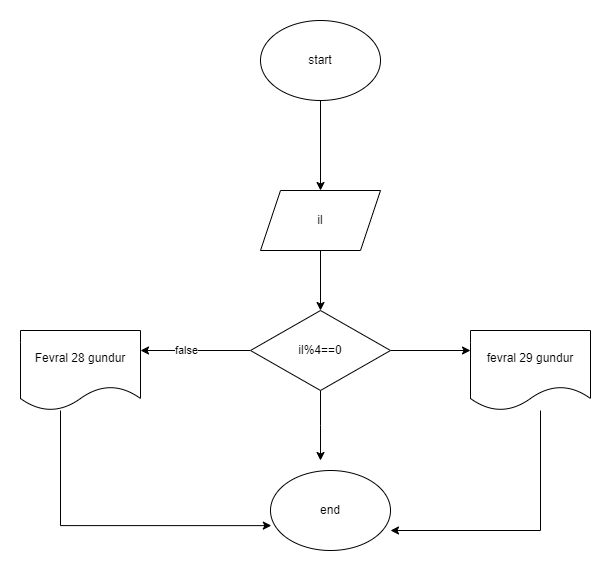
This is task5.png from ebulfez21/Flowchat_Task, a draw.io export, as it was before one commit. Source tidied: cells renumbered, new cells last; positions are measured from the earlier drawing's top-left corner, leaving out a move shared by most shapes.
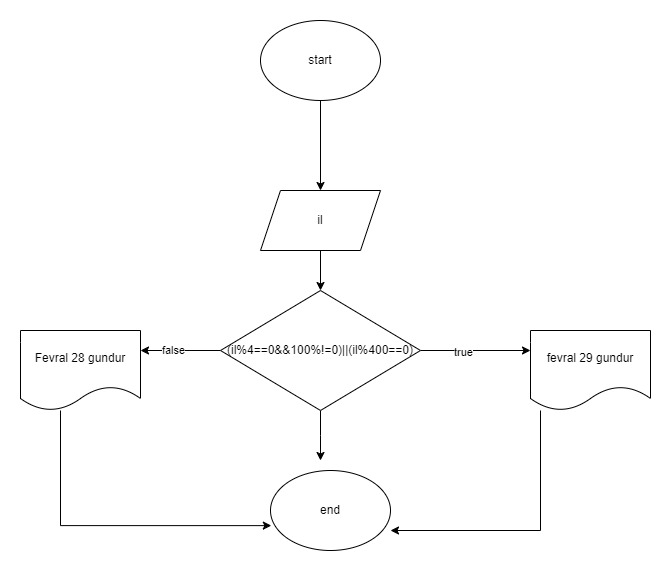
After the commit.

Change to the diagram source:
```diff
@@ -15,7 +15,7 @@
       <mxGeometry x="240" y="170" width="120" height="60" as="geometry" />
     </mxCell>
     <mxCell id="6" value="fevral 29 gundur" style="shape=document;whiteSpace=wrap;html=1;boundedLbl=1;" parent="1" vertex="1">
-      <mxGeometry x="450" y="310" width="120" height="80" as="geometry" />
+      <mxGeometry x="510" y="310" width="120" height="80" as="geometry" />
     </mxCell>
     <mxCell id="7" value="Fevral 28 gundur" style="shape=document;whiteSpace=wrap;html=1;boundedLbl=1;" parent="1" vertex="1">
       <mxGeometry y="310" width="120" height="80" as="geometry" />
@@ -39,8 +39,11 @@
     <mxCell id="12" style="edgeStyle=orthogonalEdgeStyle;rounded=0;jettySize=auto;html=1;entryX=0;entryY=0.25;entryDx=0;entryDy=0;" parent="1" edge="1" source="13" target="6">
       <mxGeometry relative="1" as="geometry" />
     </mxCell>
+    <mxCell id="16" value="true" style="edgeLabel;html=1;align=center;verticalAlign=middle;" parent="12" vertex="1">
+      <mxGeometry x="-0.23" y="-1" relative="1" as="geometry" />
+    </mxCell>
-    <mxCell id="13" value="il%4==0" style="rhombus;whiteSpace=wrap;html=1;" parent="1" vertex="1">
-      <mxGeometry x="230" y="290" width="140" height="80" as="geometry" />
+    <mxCell id="13" value="(il%4==0&amp;amp;&amp;amp;100%!=0)||(il%400==0)" style="rhombus;whiteSpace=wrap;html=1;" parent="1" vertex="1">
+      <mxGeometry x="200" y="270" width="200" height="120" as="geometry" />
     </mxCell>
     <mxCell id="14" style="edgeStyle=orthogonalEdgeStyle;rounded=0;jettySize=auto;html=1;entryX=0.007;entryY=0.689;entryDx=0;entryDy=0;entryPerimeter=0;" parent="1" edge="1" source="7" target="8">
       <mxGeometry relative="1" as="geometry">
```
